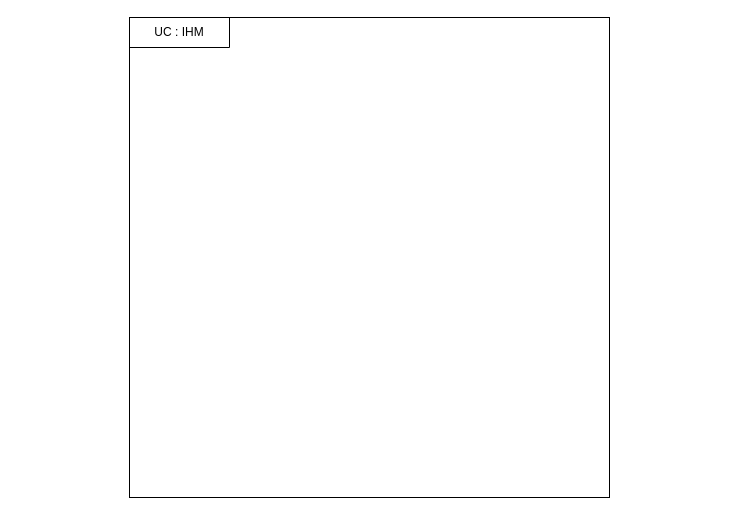
Earlier version of the draw.io diagram SYSML/Use_Case_IHM.drawio (ToGen49/Hippodrome). Source tidied: cells renumbered, new cells numbered last; positions are measured from the earlier drawing's top-left corner, leaving out a move shared by most shapes. Both pictures are drawn from the tidied source at 100%, with x=0, y=0 at pixel (129, 17).
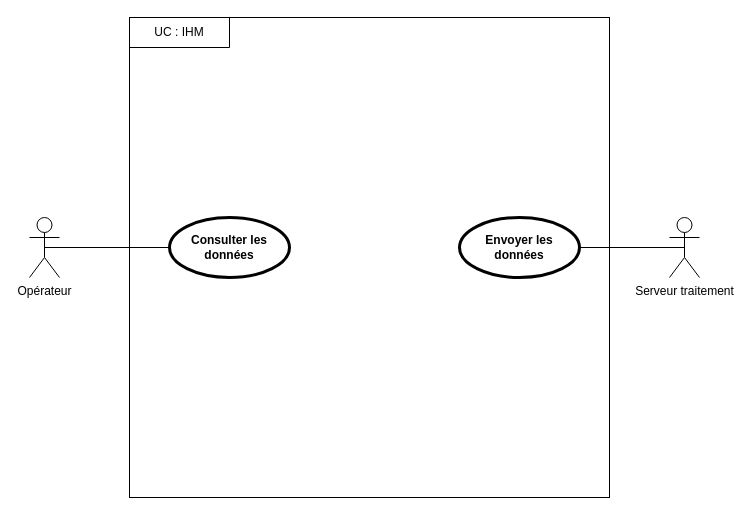
After the change.

Commit message (it also covers changes not shown here):
Mettre à jour Use_Case_IHM.drawio

Change to the diagram source:
```diff
@@
 <mxGraphModel>
   <root>
     <mxCell id="0" />
     <mxCell id="1" parent="0" />
     <mxCell id="2" style="whiteSpace=wrap;html=1;" parent="1" vertex="1">
       <mxGeometry width="480" height="480" as="geometry" />
     </mxCell>
     <mxCell id="3" value="UC : IHM" style="shape=partialRectangle;whiteSpace=wrap;html=1;top=0;left=0;fillColor=none;" parent="1" vertex="1">
       <mxGeometry width="100" height="30" as="geometry" />
     </mxCell>
+    <mxCell id="4" value="Opérateur" style="shape=umlActor;html=1;verticalLabelPosition=bottom;verticalAlign=top;align=center;" parent="1" vertex="1">
+      <mxGeometry x="-100" y="200" width="30" height="60" as="geometry" />
+    </mxCell>
+    <mxCell id="5" value="Serveur traitement" style="shape=umlActor;html=1;verticalLabelPosition=bottom;verticalAlign=top;align=center;" parent="1" vertex="1">
+      <mxGeometry x="540" y="200" width="30" height="60" as="geometry" />
+    </mxCell>
+    <mxCell id="6" value="Consulter les données" style="shape=ellipse;html=1;strokeWidth=3;fontStyle=1;whiteSpace=wrap;align=center;perimeter=ellipsePerimeter;" parent="1" vertex="1">
+      <mxGeometry x="40" y="200" width="120" height="60" as="geometry" />
+    </mxCell>
+    <mxCell id="7" style="edgeStyle=none;html=1;endArrow=none;verticalAlign=bottom;rounded=0;exitX=0.5;exitY=0.5;exitDx=0;exitDy=0;exitPerimeter=0;entryX=0;entryY=0.5;entryDx=0;entryDy=0;" parent="1" edge="1" source="4" target="6">
+      <mxGeometry relative="1" as="geometry" />
+    </mxCell>
+    <mxCell id="8" value="Envoyer les données" style="shape=ellipse;html=1;strokeWidth=3;fontStyle=1;whiteSpace=wrap;align=center;perimeter=ellipsePerimeter;" parent="1" vertex="1">
+      <mxGeometry x="330" y="200" width="120" height="60" as="geometry" />
+    </mxCell>
+    <mxCell id="9" style="edgeStyle=none;html=1;endArrow=none;verticalAlign=bottom;rounded=0;entryX=0.5;entryY=0.5;entryDx=0;entryDy=0;entryPerimeter=0;exitX=1;exitY=0.5;exitDx=0;exitDy=0;" parent="1" edge="1" source="8" target="5">
+      <mxGeometry relative="1" as="geometry" />
+    </mxCell>
   </root>
 </mxGraphModel>
```
